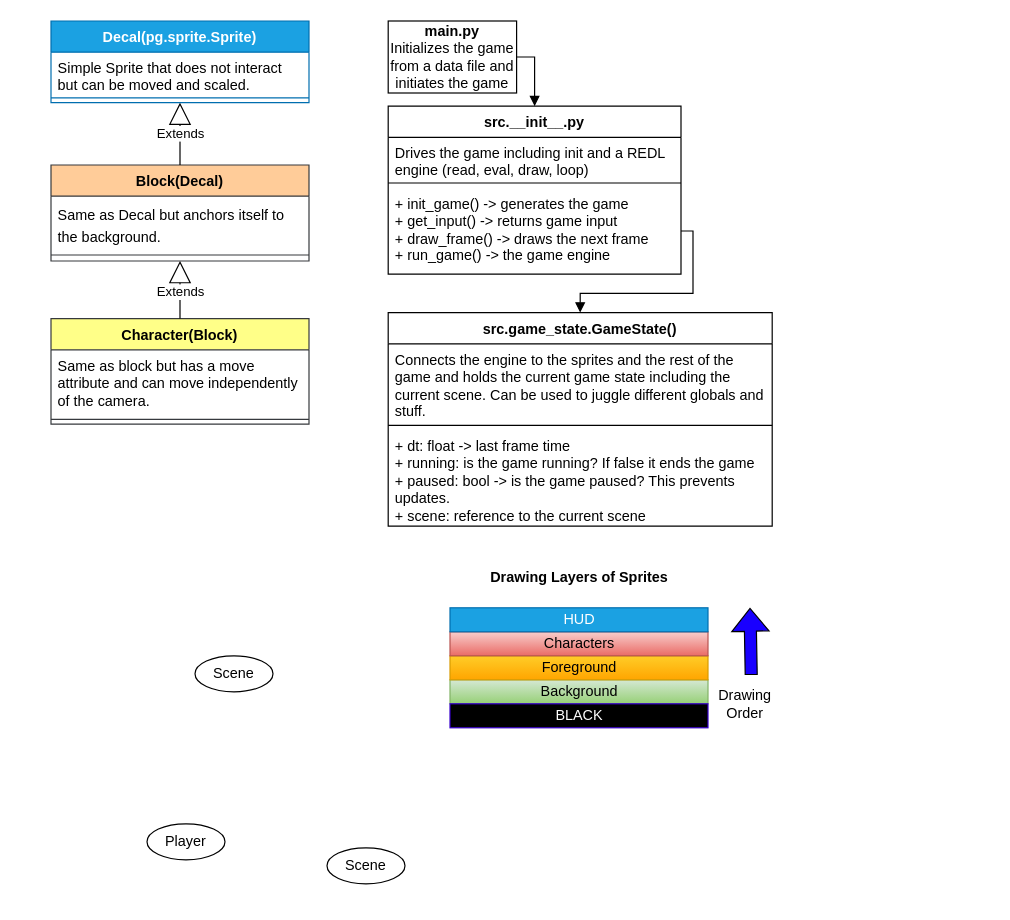
This is docs/state_map.drawio from flythereddflagg/RCA, a draw.io file, before an edit. Source tidied: cells renumbered, new cells numbered last; positions are measured from the earlier drawing's top-left corner, leaving out a move shared by most shapes. Both pictures are drawn from the tidied source at 120%, with x=0, y=0 at pixel (50, 20).
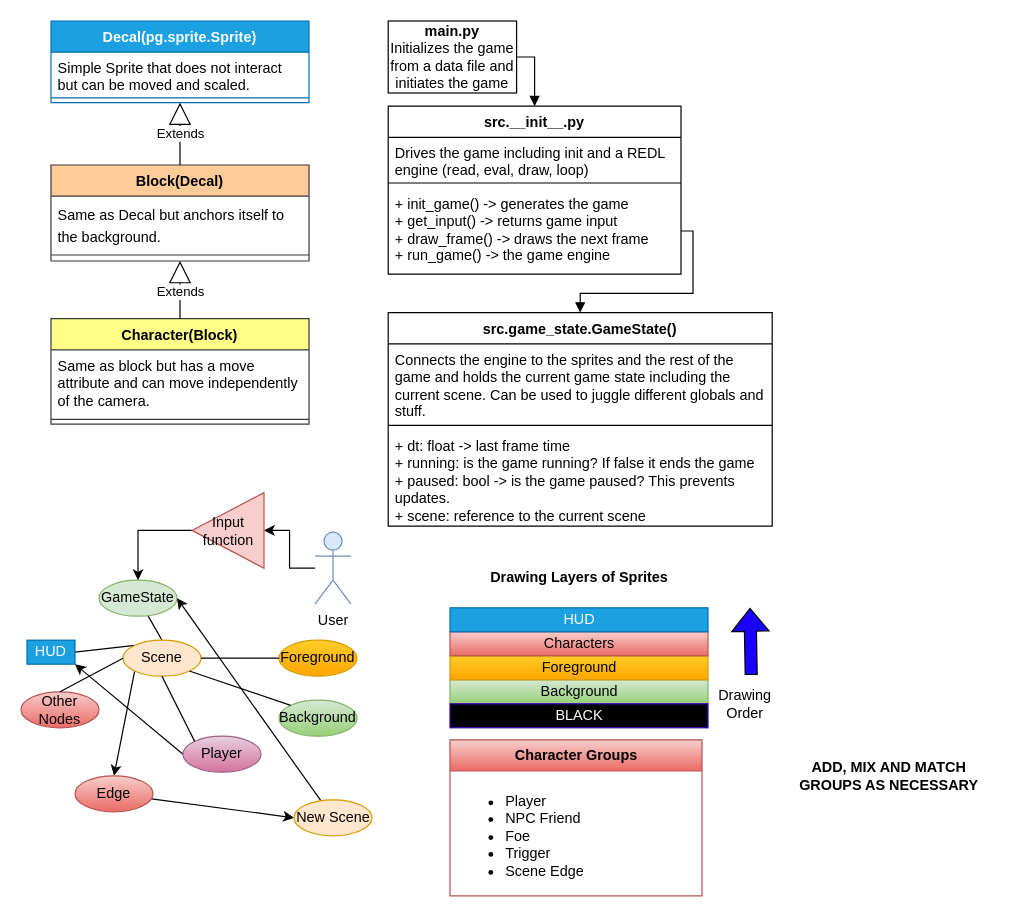
Above is the later version.

What changed in the source:
```diff
@@
+    <mxCell id="35" style="rounded=0;jettySize=auto;html=1;entryX=0.5;entryY=0;entryDx=0;entryDy=0;endArrow=none;endFill=0;" parent="1" edge="1" source="24" target="26">
+      <mxGeometry relative="1" as="geometry" />
+    </mxCell>
-    <mxCell id="24" value="Scene" style="ellipse;whiteSpace=wrap;html=1;" parent="1" vertex="1">
-      <mxGeometry x="120" y="529" width="65" height="30" as="geometry" />
+    <mxCell id="24" value="GameState" style="ellipse;whiteSpace=wrap;html=1;fillColor=#d5e8d4;strokeColor=#82b366;" parent="1" vertex="1">
+      <mxGeometry x="40" y="466" width="65" height="30" as="geometry" />
     </mxCell>
+    <mxCell id="36" style="rounded=0;jettySize=auto;html=1;exitX=0;exitY=0.5;exitDx=0;exitDy=0;entryX=1;entryY=1;entryDx=0;entryDy=0;" parent="1" edge="1" source="25" target="50">
+      <mxGeometry relative="1" as="geometry" />
+    </mxCell>
-    <mxCell id="25" value="Player" style="ellipse;whiteSpace=wrap;html=1;" parent="1" vertex="1">
-      <mxGeometry x="80" y="669" width="65" height="30" as="geometry" />
+    <mxCell id="25" value="Player" style="ellipse;whiteSpace=wrap;html=1;fillColor=#e6d0de;gradientColor=#d5739d;strokeColor=#996185;" parent="1" vertex="1">
+      <mxGeometry x="110" y="596" width="65" height="30" as="geometry" />
     </mxCell>
+    <mxCell id="37" style="rounded=0;jettySize=auto;html=1;exitX=0;exitY=0;exitDx=0;exitDy=0;entryX=1;entryY=0.5;entryDx=0;entryDy=0;endArrow=none;endFill=0;" parent="1" edge="1" source="26" target="50">
+      <mxGeometry relative="1" as="geometry" />
+    </mxCell>
+    <mxCell id="38" style="rounded=0;jettySize=auto;html=1;exitX=0;exitY=1;exitDx=0;exitDy=0;entryX=0.5;entryY=0;entryDx=0;entryDy=0;" parent="1" edge="1" source="26" target="52">
+      <mxGeometry relative="1" as="geometry" />
+    </mxCell>
-    <mxCell id="26" value="Scene" style="ellipse;whiteSpace=wrap;html=1;" parent="1" vertex="1">
-      <mxGeometry x="230" y="689" width="65" height="30" as="geometry" />
+    <mxCell id="26" value="Scene" style="ellipse;whiteSpace=wrap;html=1;fillColor=#ffe6cc;strokeColor=#d79b00;" parent="1" vertex="1">
+      <mxGeometry x="60" y="516" width="65" height="30" as="geometry" />
     </mxCell>
@@
+    <mxCell id="39" value="Foreground" style="ellipse;whiteSpace=wrap;html=1;fillColor=#ffcd28;gradientColor=#ffa500;strokeColor=#d79b00;" parent="1" vertex="1">
+      <mxGeometry x="190" y="516" width="65" height="30" as="geometry" />
+    </mxCell>
+    <mxCell id="40" value="Background" style="ellipse;whiteSpace=wrap;html=1;fillColor=#d5e8d4;gradientColor=#97d077;strokeColor=#82b366;" parent="1" vertex="1">
+      <mxGeometry x="190" y="566" width="65" height="30" as="geometry" />
+    </mxCell>
+    <mxCell id="41" style="rounded=0;jettySize=auto;html=1;entryX=0;entryY=0.5;entryDx=0;entryDy=0;endArrow=none;endFill=0;exitX=1;exitY=0.5;exitDx=0;exitDy=0;" parent="1" edge="1" source="26" target="39">
+      <mxGeometry relative="1" as="geometry" />
+    </mxCell>
+    <mxCell id="42" style="rounded=0;jettySize=auto;html=1;entryX=0;entryY=0;entryDx=0;entryDy=0;endArrow=none;endFill=0;exitX=1;exitY=1;exitDx=0;exitDy=0;" parent="1" edge="1" source="26" target="40">
+      <mxGeometry relative="1" as="geometry" />
+    </mxCell>
+    <mxCell id="43" style="rounded=0;jettySize=auto;html=1;entryX=0;entryY=0;entryDx=0;entryDy=0;endArrow=none;endFill=0;exitX=0.5;exitY=1;exitDx=0;exitDy=0;" parent="1" edge="1" source="26" target="25">
+      <mxGeometry relative="1" as="geometry" />
+    </mxCell>
+    <mxCell id="44" value="Other Nodes" style="ellipse;whiteSpace=wrap;html=1;fillColor=#f8cecc;gradientColor=#ea6b66;strokeColor=#b85450;" parent="1" vertex="1">
+      <mxGeometry x="-25" y="559" width="65" height="30" as="geometry" />
+    </mxCell>
+    <mxCell id="45" style="rounded=0;jettySize=auto;html=1;entryX=0.5;entryY=0;entryDx=0;entryDy=0;endArrow=none;endFill=0;exitX=0;exitY=0.5;exitDx=0;exitDy=0;" parent="1" edge="1" source="26" target="44">
+      <mxGeometry relative="1" as="geometry" />
+    </mxCell>
+    <mxCell id="46" style="edgeStyle=orthogonalEdgeStyle;rounded=0;jettySize=auto;html=1;entryX=1;entryY=0.5;entryDx=0;entryDy=0;" parent="1" edge="1" source="47" target="49">
+      <mxGeometry relative="1" as="geometry" />
+    </mxCell>
+    <mxCell id="47" value="User" style="shape=umlActor;verticalLabelPosition=bottom;verticalAlign=top;html=1;outlineConnect=0;fillColor=#dae8fc;strokeColor=#6c8ebf;" parent="1" vertex="1">
+      <mxGeometry x="220" y="426" width="30" height="60" as="geometry" />
+    </mxCell>
+    <mxCell id="48" style="edgeStyle=orthogonalEdgeStyle;rounded=0;jettySize=auto;html=1;entryX=0.5;entryY=0;entryDx=0;entryDy=0;" parent="1" edge="1" source="49" target="24">
+      <mxGeometry relative="1" as="geometry" />
+    </mxCell>
+    <mxCell id="49" value="Input function" style="triangle;whiteSpace=wrap;html=1;flipH=1;fillColor=#f8cecc;strokeColor=#b85450;" parent="1" vertex="1">
+      <mxGeometry x="117.5" y="393" width="60" height="63" as="geometry" />
+    </mxCell>
+    <mxCell id="50" value="HUD" style="html=1;whiteSpace=wrap;fillColor=#1ba1e2;strokeColor=#006EAF;fontColor=#ffffff;" parent="1" vertex="1">
+      <mxGeometry x="-20" y="516" width="40" height="20" as="geometry" />
+    </mxCell>
+    <mxCell id="51" style="rounded=0;jettySize=auto;html=1;entryX=0;entryY=0.5;entryDx=0;entryDy=0;" parent="1" edge="1" source="52" target="54">
+      <mxGeometry relative="1" as="geometry" />
+    </mxCell>
+    <mxCell id="52" value="Edge" style="ellipse;whiteSpace=wrap;html=1;fillColor=#f8cecc;gradientColor=#ea6b66;strokeColor=#b85450;" parent="1" vertex="1">
+      <mxGeometry x="20" y="629" width="65" height="30" as="geometry" />
+    </mxCell>
+    <mxCell id="53" style="rounded=0;jettySize=auto;html=1;entryX=1;entryY=0.5;entryDx=0;entryDy=0;" parent="1" edge="1" source="54" target="24">
+      <mxGeometry relative="1" as="geometry" />
+    </mxCell>
+    <mxCell id="54" value="New Scene" style="ellipse;whiteSpace=wrap;html=1;fillColor=#ffe6cc;strokeColor=#d79b00;" parent="1" vertex="1">
+      <mxGeometry x="202.5" y="649" width="65" height="30" as="geometry" />
+    </mxCell>
+    <mxCell id="55" value="&lt;b&gt;Character Groups&lt;/b&gt;" style="swimlane;fontStyle=0;horizontal=1;startSize=26;fillColor=#f8cecc;whiteSpace=wrap;html=1;gradientColor=#ea6b66;strokeColor=#b85450;" parent="1" vertex="1">
+      <mxGeometry x="332.5" y="599" width="210" height="130" as="geometry" />
+    </mxCell>
+    <mxCell id="56" value="&lt;ul&gt;&lt;li&gt;Player&lt;/li&gt;&lt;li&gt;NPC Friend&lt;/li&gt;&lt;li&gt;Foe&lt;/li&gt;&lt;li&gt;Trigger&lt;/li&gt;&lt;li&gt;Scene Edge&lt;/li&gt;&lt;/ul&gt;" style="text;strokeColor=none;fillColor=none;align=left;verticalAlign=top;spacingLeft=4;spacingRight=4;overflow=hidden;whiteSpace=wrap;html=1;" parent="55" vertex="1">
+      <mxGeometry y="26" width="210" height="104" as="geometry" />
+    </mxCell>
+    <mxCell id="57" value="&lt;b&gt;ADD, MIX AND MATCH &lt;br&gt;GROUPS AS NECESSARY&lt;/b&gt;" style="text;html=1;align=center;verticalAlign=middle;strokeColor=none;fillColor=none;" parent="1" vertex="1">
+      <mxGeometry x="612.5" y="609" width="170" height="40" as="geometry" />
+    </mxCell>
```
